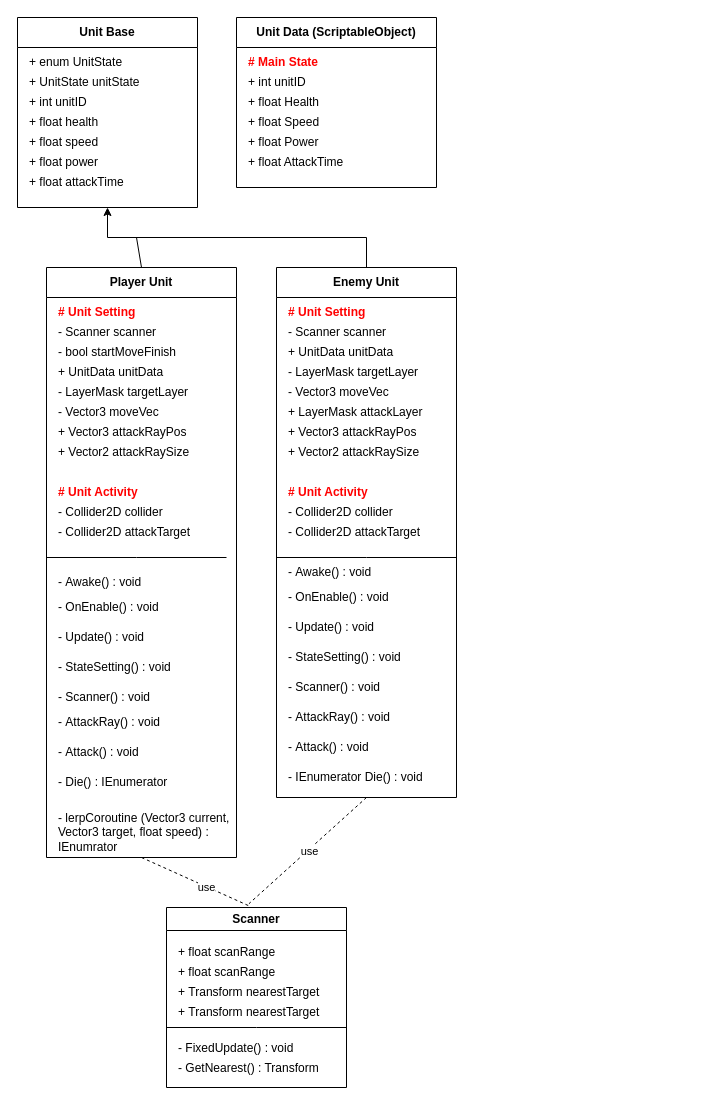
Above: page "Battle" (2 of 3) of Project_CSD.drawio in YJU-Capstone-Design/Capstone-Design (draw.io), before the change. Source tidied: cells renumbered, new cells numbered last; positions are measured from the earlier drawing's top-left corner, leaving out a move shared by most shapes. Both pictures are drawn from the tidied source at 100%, with x=0, y=0 at pixel (17, 17).
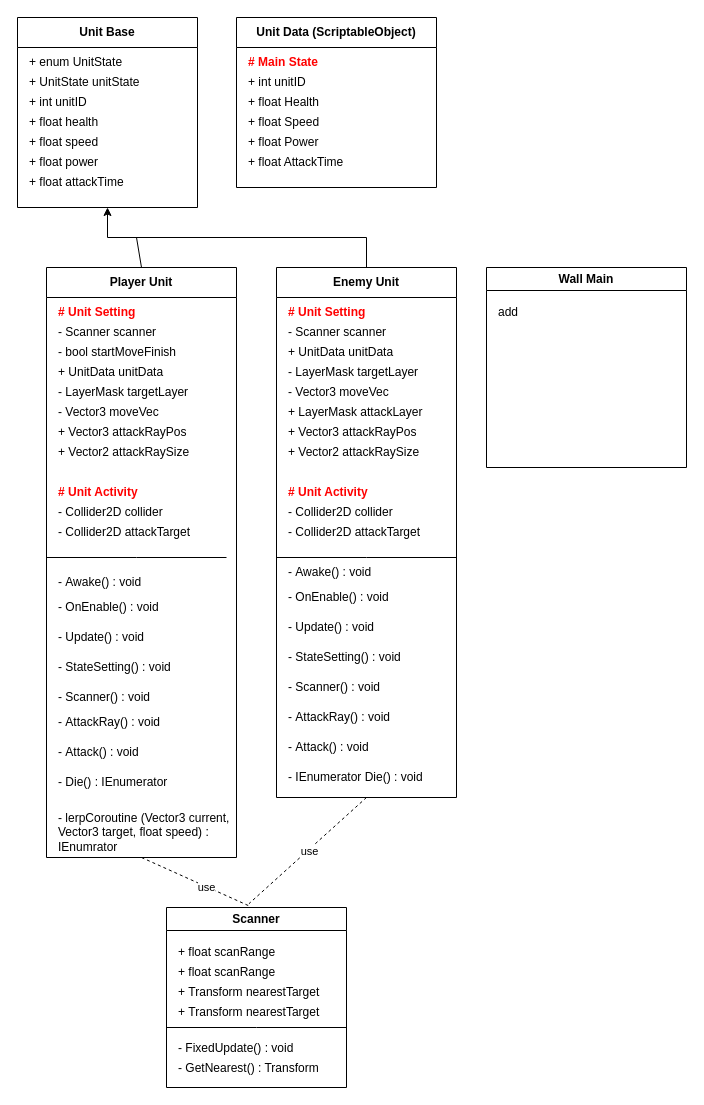
The same diagram, later.

What changed in the source:
```diff
@@
+    <mxCell id="74" value="Wall Main" style="swimlane;whiteSpace=wrap;html=1;" parent="1" vertex="1">
+      <mxGeometry x="469" y="250" width="200" height="200" as="geometry" />
+    </mxCell>
+    <mxCell id="75" value="add" style="text;html=1;align=left;verticalAlign=middle;whiteSpace=wrap;rounded=0;" parent="74" vertex="1">
+      <mxGeometry x="10" y="30" width="140" height="30" as="geometry" />
+    </mxCell>
```
